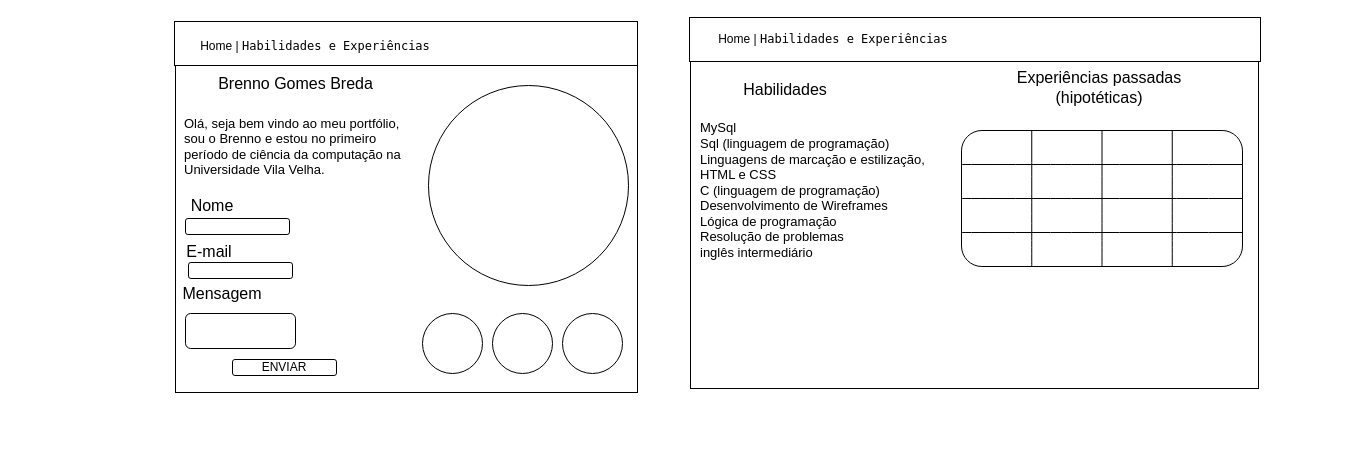
Before: Wireframe.drawio in brenno1206/Curriculo_Virtual, a draw.io diagram. Source tidied: cells renumbered, new cells numbered last; positions are measured from the earlier drawing's top-left corner, leaving out a move shared by most shapes. Both pictures are drawn from the tidied source at 100%, with x=0, y=0 at pixel (97, 17).
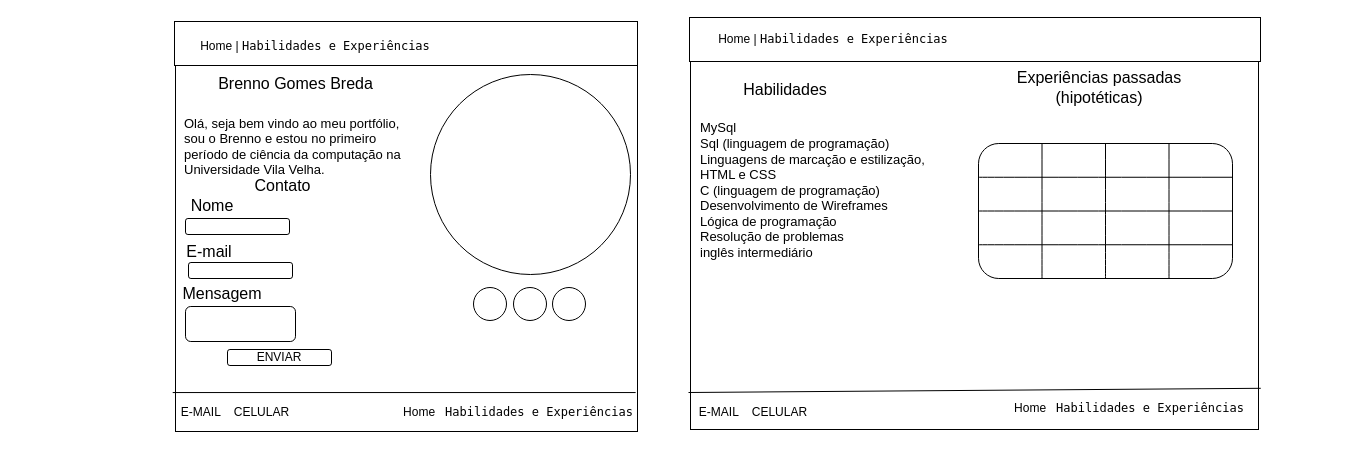
After the change.

Diff of the diagram source:
```diff
@@
     <mxCell id="2" style="rounded=0;whiteSpace=wrap;html=1;" parent="1" vertex="1">
-      <mxGeometry x="78" y="4" width="462" height="371" as="geometry" />
+      <mxGeometry x="78" y="4" width="462" height="410" as="geometry" />
     </mxCell>
@@
     <mxCell id="4" style="ellipse;whiteSpace=wrap;html=1;" parent="1" vertex="1">
-      <mxGeometry x="331" y="68" width="200" height="200" as="geometry" />
+      <mxGeometry x="333" y="57" width="200" height="200" as="geometry" />
     </mxCell>
     <mxCell id="5" style="ellipse;whiteSpace=wrap;html=1;" parent="1" vertex="1">
-      <mxGeometry x="325" y="296" width="60" height="60" as="geometry" />
+      <mxGeometry x="376" y="270" width="33" height="33" as="geometry" />
     </mxCell>
     <mxCell id="6" style="ellipse;whiteSpace=wrap;html=1;" parent="1" vertex="1">
-      <mxGeometry x="465" y="296" width="60" height="60" as="geometry" />
+      <mxGeometry x="455" y="270" width="33" height="33" as="geometry" />
     </mxCell>
     <mxCell id="7" style="ellipse;whiteSpace=wrap;html=1;" parent="1" vertex="1">
-      <mxGeometry x="395" y="296" width="60" height="60" as="geometry" />
+      <mxGeometry x="416" y="270" width="33" height="33" as="geometry" />
     </mxCell>
@@
     <mxCell id="15" style="rounded=1;whiteSpace=wrap;html=1;" parent="1" vertex="1">
-      <mxGeometry x="88" y="296" width="110" height="35" as="geometry" />
+      <mxGeometry x="88" y="289" width="110" height="35" as="geometry" />
     </mxCell>
     <mxCell id="16" value="ENVIAR" style="rounded=1;whiteSpace=wrap;html=1;" parent="1" vertex="1">
-      <mxGeometry x="135" y="342" width="104" height="16" as="geometry" />
+      <mxGeometry x="130" y="332" width="104" height="16" as="geometry" />
     </mxCell>
     <mxCell id="17" style="rounded=0;whiteSpace=wrap;html=1;" parent="1" vertex="1">
-      <mxGeometry x="593" width="568" height="371" as="geometry" />
+      <mxGeometry x="593" width="568" height="412" as="geometry" />
     </mxCell>
@@
     <mxCell id="22" style="rounded=1;whiteSpace=wrap;html=1;" parent="1" vertex="1">
-      <mxGeometry x="864" y="113" width="281" height="136" as="geometry" />
+      <mxGeometry x="881" y="126" width="254" height="135" as="geometry" />
     </mxCell>
@@
+    <mxCell id="32" value="Contato" style="text;strokeColor=none;fillColor=none;html=1;align=center;verticalAlign=middle;whiteSpace=wrap;rounded=0;fontSize=16;strokeWidth=1;" parent="1" vertex="1">
+      <mxGeometry x="59" y="146" width="253" height="43" as="geometry" />
+    </mxCell>
+    <mxCell id="33" style="endArrow=none;html=1;rounded=0;entryX=0.996;entryY=0.905;entryDx=0;entryDy=0;entryPerimeter=0;exitX=-0.006;exitY=0.905;exitDx=0;exitDy=0;exitPerimeter=0;" parent="1" edge="1" source="2" target="2">
+      <mxGeometry relative="1" as="geometry" />
+    </mxCell>
+    <mxCell id="34" value="Home &amp;nbsp;&amp;nbsp;&lt;span style=&quot;font-family: Menlo, Monaco, &amp;quot;Courier New&amp;quot;, monospace; text-align: start; white-space: pre;&quot;&gt;Habilidades e Experiências&lt;/span&gt;" style="text;strokeColor=none;fillColor=none;html=1;align=center;verticalAlign=middle;whiteSpace=wrap;rounded=0;fontSize=12;" parent="1" vertex="1">
+      <mxGeometry x="203" y="380" width="436" height="30" as="geometry" />
+    </mxCell>
+    <mxCell id="35" value="E-MAIL &amp;nbsp; &amp;nbsp;CELULAR" style="text;strokeColor=none;fillColor=none;html=1;align=center;verticalAlign=middle;whiteSpace=wrap;rounded=0;fontSize=12;" parent="1" vertex="1">
+      <mxGeometry x="-80" y="380" width="436" height="30" as="geometry" />
+    </mxCell>
+    <mxCell id="36" style="endArrow=none;html=1;rounded=0;entryX=1.004;entryY=0.9;entryDx=0;entryDy=0;entryPerimeter=0;" parent="1" edge="1" target="17">
+      <mxGeometry relative="1" as="geometry">
+        <mxPoint x="591" y="375" as="sourcePoint" />
+      </mxGeometry>
+    </mxCell>
+    <mxCell id="37" value="Home &amp;nbsp;&amp;nbsp;&lt;span style=&quot;font-family: Menlo, Monaco, &amp;quot;Courier New&amp;quot;, monospace; text-align: start; white-space: pre;&quot;&gt;Habilidades e Experiências&lt;/span&gt;" style="text;strokeColor=none;fillColor=none;html=1;align=center;verticalAlign=middle;whiteSpace=wrap;rounded=0;fontSize=12;" parent="1" vertex="1">
+      <mxGeometry x="814" y="376" width="436" height="30" as="geometry" />
+    </mxCell>
+    <mxCell id="38" value="E-MAIL &amp;nbsp; &amp;nbsp;CELULAR" style="text;strokeColor=none;fillColor=none;html=1;align=center;verticalAlign=middle;whiteSpace=wrap;rounded=0;fontSize=12;" parent="1" vertex="1">
+      <mxGeometry x="438" y="380" width="436" height="30" as="geometry" />
+    </mxCell>
```
